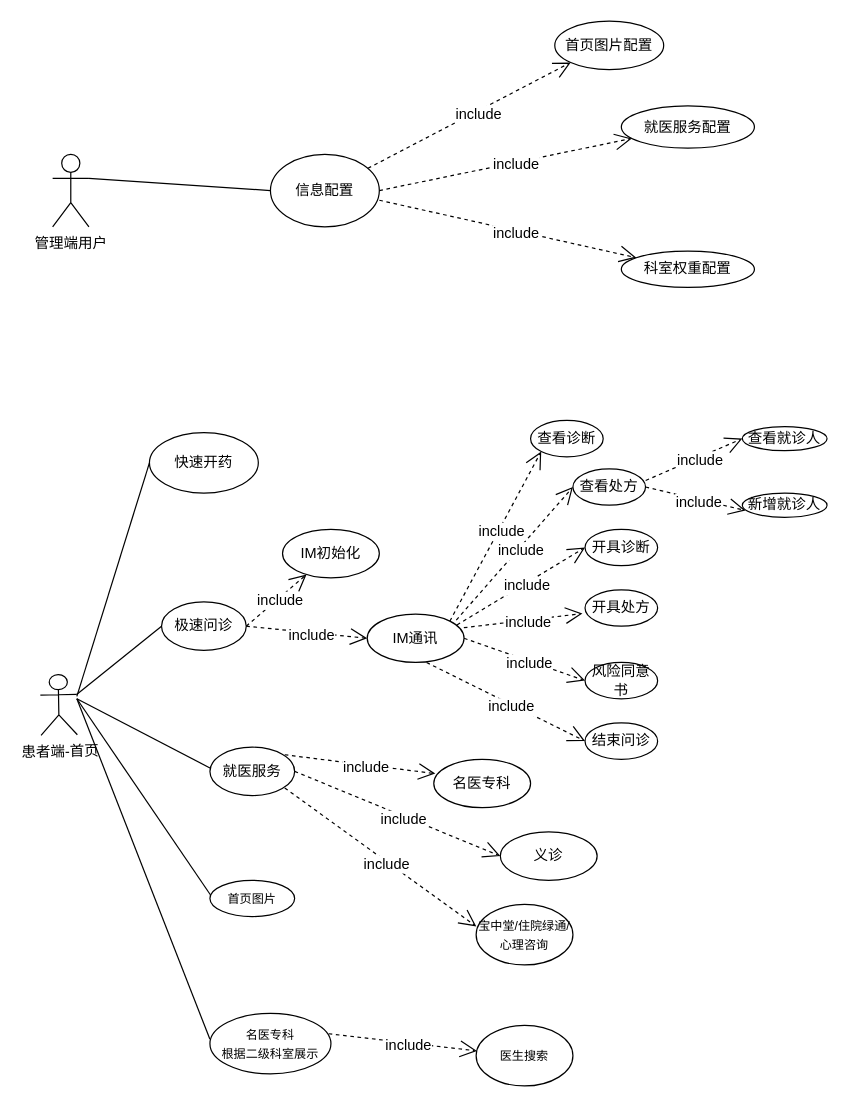
The draw.io diagram 首页优化流程.drawio in robustwang/uml, before the edit. Source tidied: cells renumbered, new cells numbered last; positions are measured from the earlier drawing's top-left corner, leaving out a move shared by most shapes. Both pictures are drawn from the tidied source at 121%, with x=0, y=0 at pixel (40, 21).
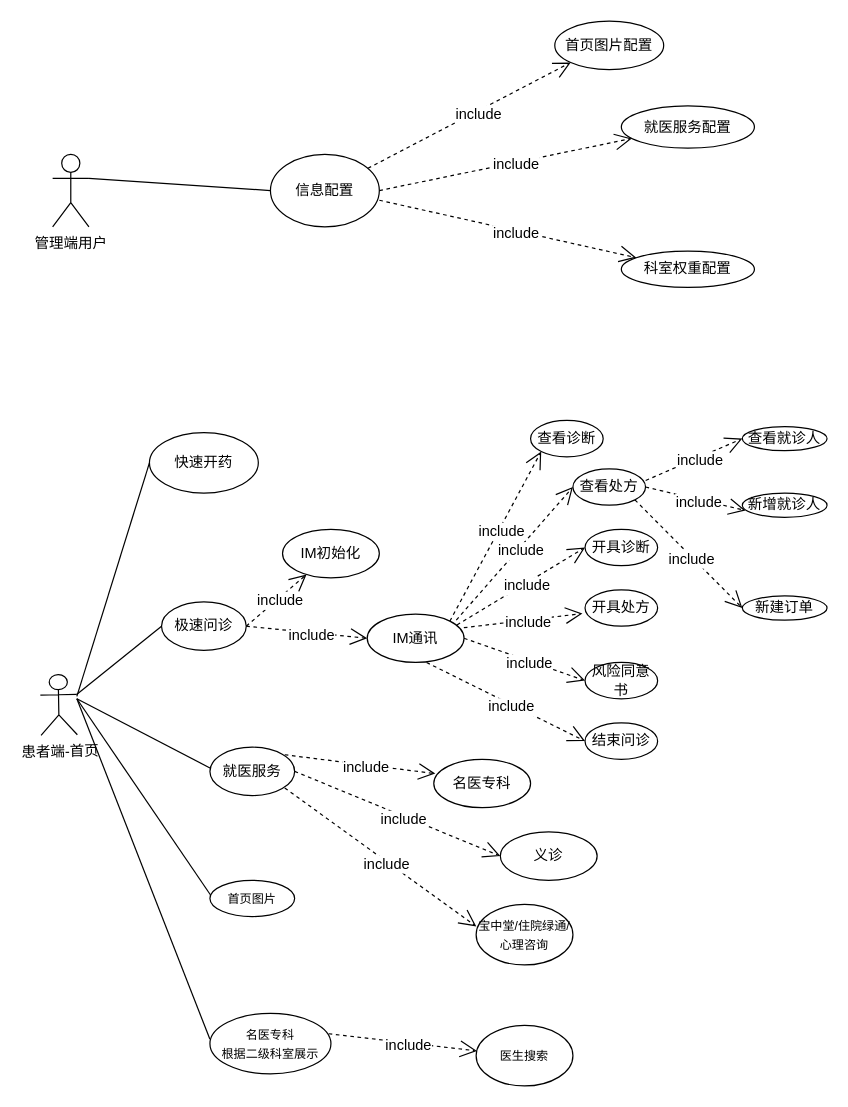
The same diagram, later.

Commit message:
更新首页优化流程.drawio

Unchanged cells that the change refers to:
```xml
<mxCell id="43" value="查看处方" style="ellipse;whiteSpace=wrap;html=1;" parent="1" vertex="1">
  <mxGeometry x="440" y="370" width="60" height="30" as="geometry" />
</mxCell>
```

The edit, as a diff of the source:
```diff
@@
+    <mxCell id="67" value="新建订单" style="ellipse;whiteSpace=wrap;html=1;" parent="1" vertex="1">
+      <mxGeometry x="580" y="475" width="70" height="20" as="geometry" />
+    </mxCell>
+    <mxCell id="68" style="endArrow=open;endSize=12;dashed=1;html=1;fontStyle=1;exitX=1;exitY=1;exitDx=0;exitDy=0;entryX=0;entryY=0.5;entryDx=0;entryDy=0;" parent="1" edge="1" source="43" target="67">
+      <mxGeometry x="0.15" y="-27" relative="1" as="geometry" />
+    </mxCell>
+    <mxCell id="69" value="include" style="text;html=1;align=center;verticalAlign=middle;labelBackgroundColor=#ffffff;" parent="68" vertex="1">
+      <mxGeometry x="0.07" y="-2" relative="1" as="geometry" />
+    </mxCell>
```
